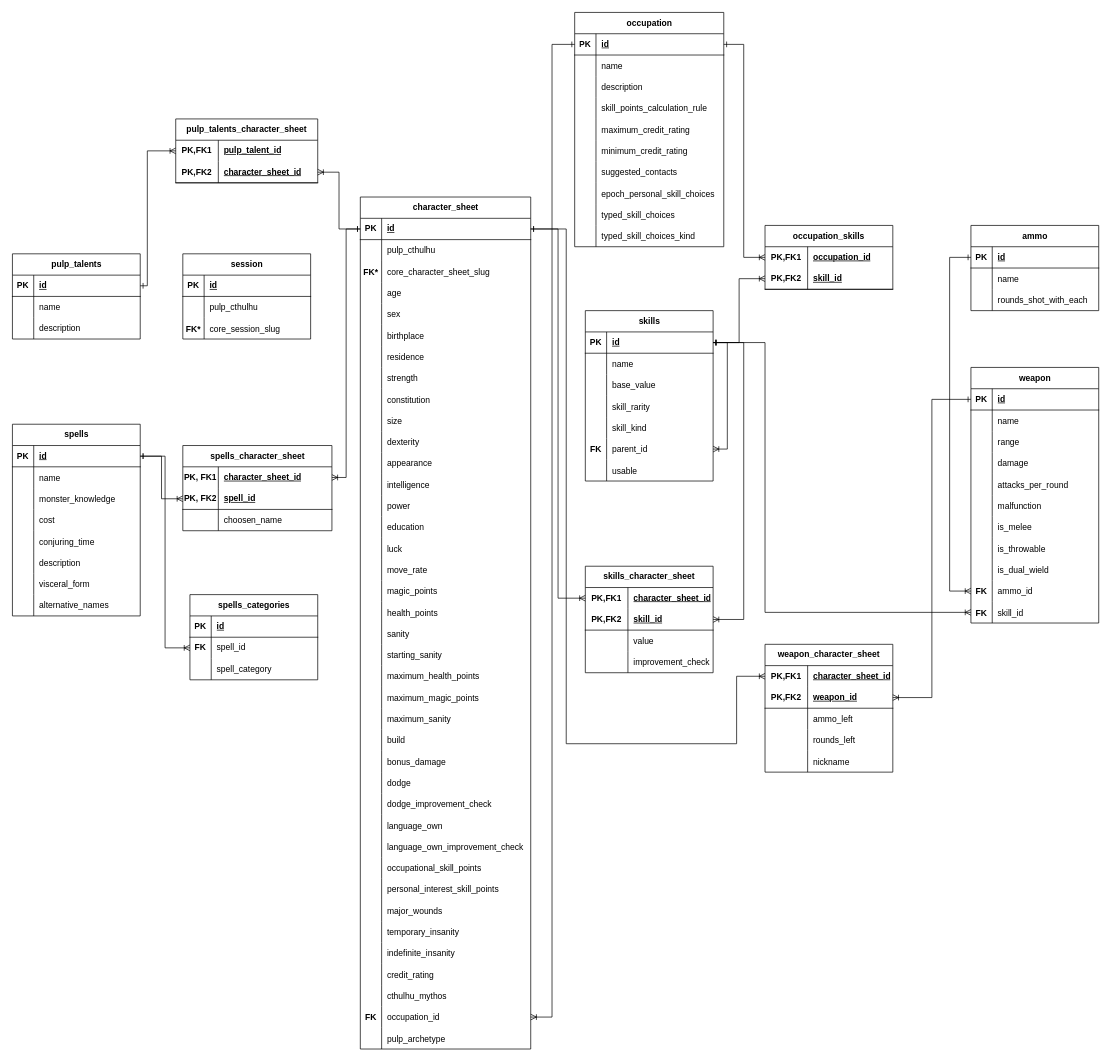
hannaBanannaOF/hbsites-architecture keeps this draw.io diagram as page "QuestMaster - Call of Cthulhu" (2 of 4) of databasemodel.drawio. Above is the earlier version. Source tidied: cells renumbered, new cells numbered last; positions are measured from the earlier drawing's top-left corner, leaving out a move shared by most shapes. Both pictures are drawn from the tidied source at 71%, with x=0, y=0 at pixel (12, 12).
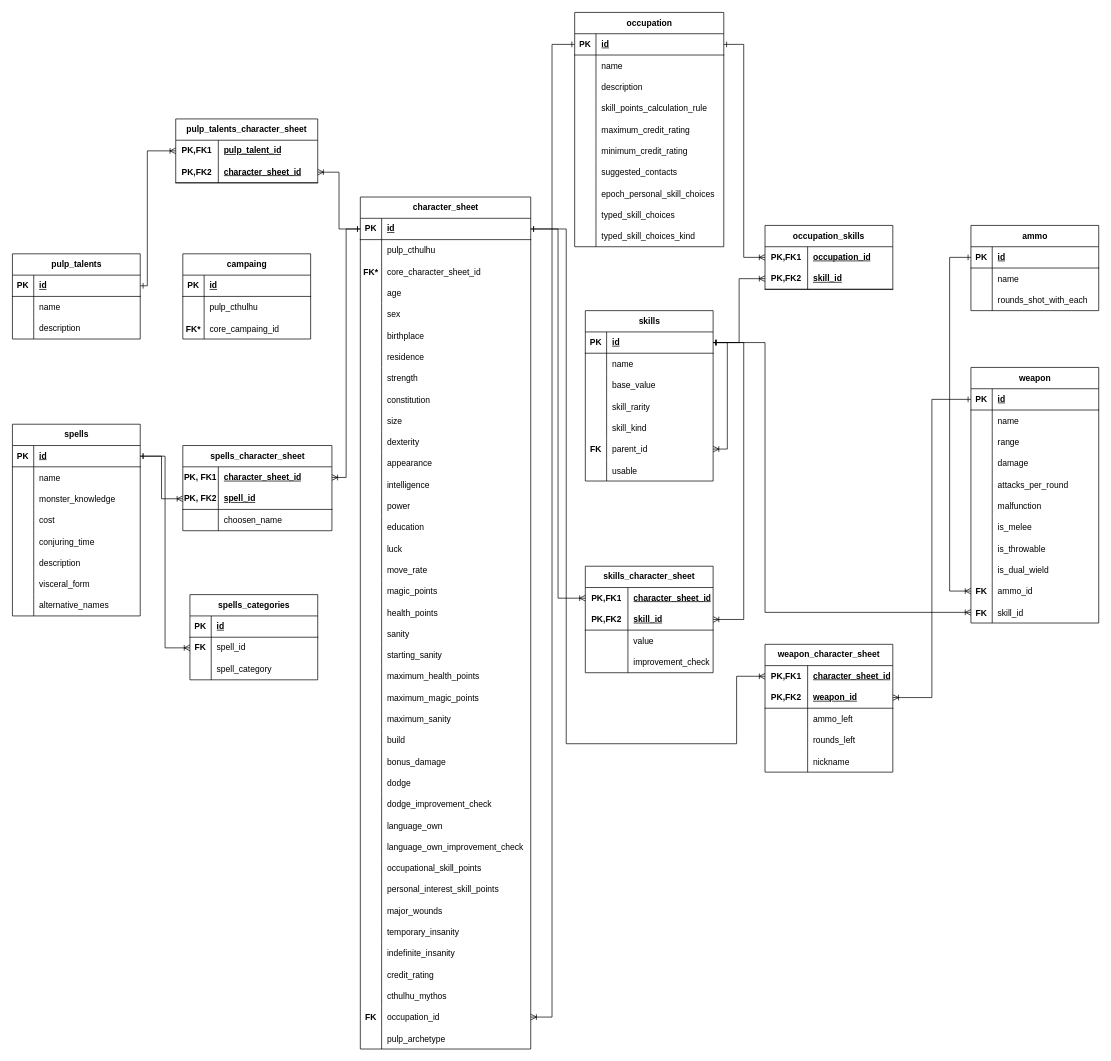
The same page after the edit.

The change refers to these unchanged cells:
```xml
<mxCell id="19" style="shape=tableRow;horizontal=0;startSize=0;swimlaneHead=0;swimlaneBody=0;fillColor=none;top=0;left=0;right=0;bottom=0;" parent="12" vertex="1">
  <mxGeometry y="90" width="180" height="30" as="geometry" />
</mxCell>
<mxCell id="51" style="shape=tableRow;horizontal=0;startSize=0;swimlaneHead=0;swimlaneBody=0;fillColor=none;top=0;left=0;right=0;bottom=0;" parent="44" vertex="1">
  <mxGeometry y="90" width="240" height="30" as="geometry" />
</mxCell>
```

What changed in the source:
```diff
@@
-    <mxCell id="12" value="session" style="shape=table;startSize=30;childLayout=tableLayout;rowLines=0;fontStyle=1;align=center;html=1;" parent="1" vertex="1">
+    <mxCell id="12" value="campaing" style="shape=table;startSize=30;childLayout=tableLayout;rowLines=0;fontStyle=1;align=center;html=1;" parent="1" vertex="1">
       <mxGeometry x="240" y="340" width="180" height="120" as="geometry" />
     </mxCell>
@@
-    <mxCell id="21" value="core_session_slug" style="shape=partialRectangle;fillColor=none;top=0;left=0;bottom=0;right=0;align=left;spacingLeft=6;overflow=hidden;" parent="19" vertex="1">
+    <mxCell id="21" value="core_campaing_id" style="shape=partialRectangle;fillColor=none;top=0;left=0;bottom=0;right=0;align=left;spacingLeft=6;overflow=hidden;" parent="19" vertex="1">
       <mxGeometry x="30" width="150" height="30" as="geometry" />
     </mxCell>
@@
-    <mxCell id="53" value="core_character_sheet_slug" style="shape=partialRectangle;fillColor=none;top=0;left=0;bottom=0;right=0;align=left;spacingLeft=6;overflow=hidden;" parent="51" vertex="1">
+    <mxCell id="53" value="core_character_sheet_id" style="shape=partialRectangle;fillColor=none;top=0;left=0;bottom=0;right=0;align=left;spacingLeft=6;overflow=hidden;" parent="51" vertex="1">
       <mxGeometry x="30" width="210" height="30" as="geometry" />
     </mxCell>
```
